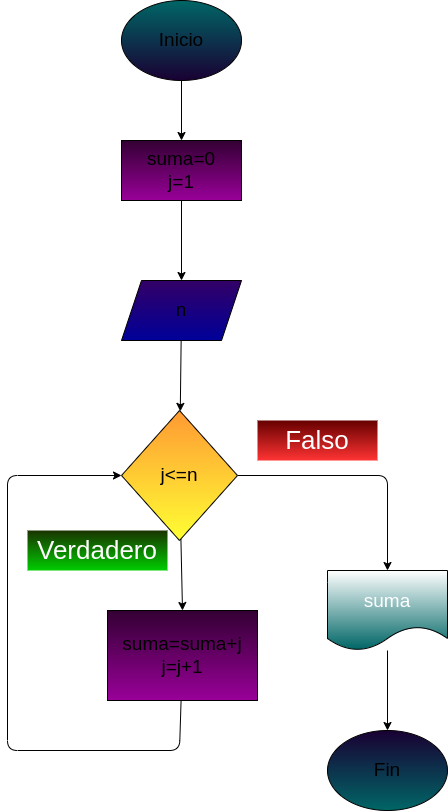
This is ejercicio5_digitos/diagrama.png from juanomanino/cliclo_while_python, a draw.io export, as it was before one commit. Source tidied: cells renumbered, new cells last; positions are measured from the earlier drawing's top-left corner, leaving out a move shared by most shapes. Source of this version:
```xml
<mxGraphModel>
  <root>
    <mxCell id="0" />
    <mxCell id="1" parent="0" />
    <mxCell id="2" style="edgeStyle=none;html=1;fontSize=19;" parent="1" edge="1" source="3" target="6">
      <mxGeometry relative="1" as="geometry" />
    </mxCell>
    <mxCell id="3" value="Inicio" style="ellipse;whiteSpace=wrap;html=1;fontSize=19;gradientColor=#190033;fillColor=#006666;" parent="1" vertex="1">
      <mxGeometry x="114" width="120" height="80" as="geometry" />
    </mxCell>
    <mxCell id="4" value="Fin" style="ellipse;whiteSpace=wrap;html=1;fontSize=19;gradientColor=#006666;fillColor=#190033;" parent="1" vertex="1">
      <mxGeometry x="320" y="730" width="120" height="80" as="geometry" />
    </mxCell>
    <mxCell id="5" style="edgeStyle=none;html=1;fontSize=19;" parent="1" edge="1" source="6" target="8">
      <mxGeometry relative="1" as="geometry" />
    </mxCell>
    <mxCell id="6" value="suma=0&lt;br&gt;j=1" style="rounded=0;whiteSpace=wrap;html=1;fontSize=19;fillColor=#330033;gradientColor=#990099;" parent="1" vertex="1">
      <mxGeometry x="114" y="140" width="120" height="60" as="geometry" />
    </mxCell>
    <mxCell id="7" style="edgeStyle=none;html=1;fontSize=19;" parent="1" edge="1" source="8" target="11">
      <mxGeometry relative="1" as="geometry" />
    </mxCell>
    <mxCell id="8" value="n" style="shape=parallelogram;perimeter=parallelogramPerimeter;whiteSpace=wrap;html=1;fixedSize=1;fontSize=19;fillColor=#330066;rounded=0;gradientColor=#000099;" parent="1" vertex="1">
      <mxGeometry x="114" y="280" width="120" height="60" as="geometry" />
    </mxCell>
    <mxCell id="9" style="edgeStyle=none;html=1;entryX=0.5;entryY=0;entryDx=0;entryDy=0;fontSize=19;fontColor=#000000;" parent="1" edge="1" source="11" target="13">
      <mxGeometry relative="1" as="geometry" />
    </mxCell>
    <mxCell id="10" style="edgeStyle=none;html=1;fontSize=19;fontColor=#000000;entryX=0.5;entryY=0;entryDx=0;entryDy=0;" parent="1" edge="1" source="11" target="16">
      <mxGeometry relative="1" as="geometry">
        <Array as="points">
          <mxPoint x="380" y="475" />
        </Array>
      </mxGeometry>
    </mxCell>
    <mxCell id="11" value="&lt;font color=&quot;#000000&quot;&gt;j&amp;lt;=n&lt;/font&gt;" style="rhombus;whiteSpace=wrap;html=1;fontSize=19;fillColor=#FF9933;rounded=0;gradientColor=#FFFF33;" parent="1" vertex="1">
      <mxGeometry x="114" y="410" width="116" height="130" as="geometry" />
    </mxCell>
    <mxCell id="12" style="edgeStyle=none;html=1;fontSize=19;fontColor=#000000;entryX=0;entryY=0.5;entryDx=0;entryDy=0;" parent="1" edge="1" source="13" target="11">
      <mxGeometry relative="1" as="geometry">
        <Array as="points">
          <mxPoint x="172" y="750" />
          <mxPoint y="750" />
          <mxPoint y="475" />
        </Array>
      </mxGeometry>
    </mxCell>
    <mxCell id="13" value="suma=suma+j&lt;br&gt;j=j+1" style="rounded=0;whiteSpace=wrap;html=1;fontSize=19;fillColor=#330033;gradientColor=#990099;" parent="1" vertex="1">
      <mxGeometry x="100" y="610" width="150" height="90" as="geometry" />
    </mxCell>
    <mxCell id="14" value="&lt;font color=&quot;#ffffff&quot; style=&quot;font-size: 26px&quot;&gt;Falso&lt;/font&gt;" style="text;html=1;strokeColor=none;fillColor=#660000;align=center;verticalAlign=middle;whiteSpace=wrap;rounded=0;fontSize=19;fontColor=#000000;gradientColor=#FF3333;" parent="1" vertex="1">
      <mxGeometry x="250" y="420" width="120" height="40" as="geometry" />
    </mxCell>
    <mxCell id="15" style="edgeStyle=none;html=1;entryX=0.5;entryY=0;entryDx=0;entryDy=0;fontSize=19;fontColor=#FFFFFF;" parent="1" edge="1" source="16" target="4">
      <mxGeometry relative="1" as="geometry" />
    </mxCell>
    <mxCell id="16" value="&lt;font style=&quot;font-size: 19px&quot;&gt;suma&lt;/font&gt;" style="shape=document;whiteSpace=wrap;html=1;boundedLbl=1;fontSize=26;fontColor=#FFFFFF;fillColor=default;gradientColor=#006666;strokeColor=default;" parent="1" vertex="1">
      <mxGeometry x="320" y="570" width="120" height="80" as="geometry" />
    </mxCell>
    <mxCell id="17" value="&lt;font color=&quot;#ffffff&quot; style=&quot;font-size: 26px&quot;&gt;Verdadero&lt;/font&gt;" style="text;html=1;strokeColor=none;fillColor=#1A3300;align=center;verticalAlign=middle;whiteSpace=wrap;rounded=0;fontSize=19;fontColor=#000000;gradientColor=#00CC00;" parent="1" vertex="1">
      <mxGeometry x="20" y="530" width="140" height="40" as="geometry" />
    </mxCell>
  </root>
</mxGraphModel>
```
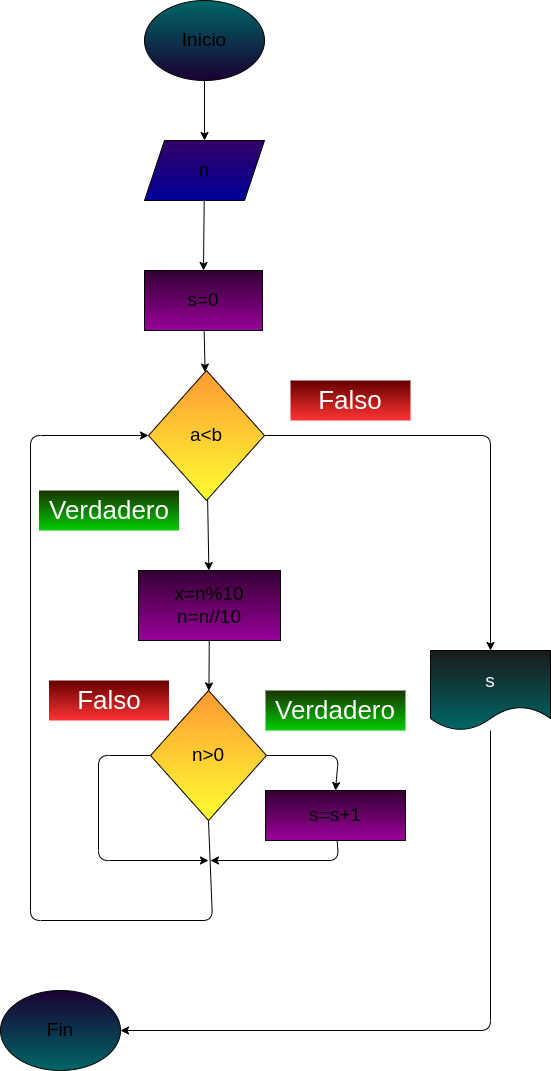
Above is the later version.

The edit, as a diff of the source:
```diff
@@ -2,63 +2,106 @@
   <root>
     <mxCell id="0" />
     <mxCell id="1" parent="0" />
-    <mxCell id="2" style="edgeStyle=none;html=1;fontSize=19;" parent="1" edge="1" source="3" target="6">
-      <mxGeometry relative="1" as="geometry" />
-    </mxCell>
+    <mxCell id="18" style="edgeStyle=none;html=1;entryX=0.5;entryY=0;entryDx=0;entryDy=0;" parent="1" edge="1" source="3" target="8">
+      <mxGeometry relative="1" as="geometry" />
+    </mxCell>
     <mxCell id="3" value="Inicio" style="ellipse;whiteSpace=wrap;html=1;fontSize=19;gradientColor=#190033;fillColor=#006666;" parent="1" vertex="1">
       <mxGeometry x="114" width="120" height="80" as="geometry" />
     </mxCell>
     <mxCell id="4" value="Fin" style="ellipse;whiteSpace=wrap;html=1;fontSize=19;gradientColor=#006666;fillColor=#190033;" parent="1" vertex="1">
-      <mxGeometry x="320" y="730" width="120" height="80" as="geometry" />
+      <mxGeometry x="-30" y="990" width="120" height="80" as="geometry" />
     </mxCell>
-    <mxCell id="5" style="edgeStyle=none;html=1;fontSize=19;" parent="1" edge="1" source="6" target="8">
-      <mxGeometry relative="1" as="geometry" />
-    </mxCell>
-    <mxCell id="6" value="suma=0&lt;br&gt;j=1" style="rounded=0;whiteSpace=wrap;html=1;fontSize=19;fillColor=#330033;gradientColor=#990099;" parent="1" vertex="1">
-      <mxGeometry x="114" y="140" width="120" height="60" as="geometry" />
-    </mxCell>
-    <mxCell id="7" style="edgeStyle=none;html=1;fontSize=19;" parent="1" edge="1" source="8" target="11">
-      <mxGeometry relative="1" as="geometry" />
-    </mxCell>
+    <mxCell id="19" style="edgeStyle=none;html=1;entryX=0.5;entryY=0;entryDx=0;entryDy=0;" parent="1" edge="1" source="8" target="22">
+      <mxGeometry relative="1" as="geometry" />
+    </mxCell>
     <mxCell id="8" value="n" style="shape=parallelogram;perimeter=parallelogramPerimeter;whiteSpace=wrap;html=1;fixedSize=1;fontSize=19;fillColor=#330066;rounded=0;gradientColor=#000099;" parent="1" vertex="1">
-      <mxGeometry x="114" y="280" width="120" height="60" as="geometry" />
+      <mxGeometry x="114" y="140" width="120" height="60" as="geometry" />
     </mxCell>
+    <mxCell id="10" style="edgeStyle=none;html=1;fontSize=19;fontColor=#000000;entryX=0.5;entryY=0;entryDx=0;entryDy=0;" parent="1" edge="1" source="11" target="16">
+      <mxGeometry relative="1" as="geometry">
+        <Array as="points">
+          <mxPoint x="460" y="435" />
+        </Array>
+      </mxGeometry>
+    </mxCell>
-    <mxCell id="9" style="edgeStyle=none;html=1;entryX=0.5;entryY=0;entryDx=0;entryDy=0;fontSize=19;fontColor=#000000;" parent="1" edge="1" source="11" target="13">
+    <mxCell id="9" style="edgeStyle=none;html=1;" parent="1" edge="1" source="11" target="13">
       <mxGeometry relative="1" as="geometry" />
     </mxCell>
-    <mxCell id="10" style="edgeStyle=none;html=1;fontSize=19;fontColor=#000000;entryX=0.5;entryY=0;entryDx=0;entryDy=0;" parent="1" edge="1" source="11" target="16">
-      <mxGeometry relative="1" as="geometry">
-        <Array as="points">
-          <mxPoint x="380" y="475" />
-        </Array>
-      </mxGeometry>
-    </mxCell>
-    <mxCell id="11" value="&lt;font color=&quot;#000000&quot;&gt;j&amp;lt;=n&lt;/font&gt;" style="rhombus;whiteSpace=wrap;html=1;fontSize=19;fillColor=#FF9933;rounded=0;gradientColor=#FFFF33;" parent="1" vertex="1">
-      <mxGeometry x="114" y="410" width="116" height="130" as="geometry" />
+    <mxCell id="11" value="&lt;font color=&quot;#000000&quot;&gt;a&amp;lt;b&lt;/font&gt;" style="rhombus;whiteSpace=wrap;html=1;fontSize=19;fillColor=#FF9933;rounded=0;gradientColor=#FFFF33;" parent="1" vertex="1">
+      <mxGeometry x="118" y="370" width="116" height="130" as="geometry" />
     </mxCell>
-    <mxCell id="12" style="edgeStyle=none;html=1;fontSize=19;fontColor=#000000;entryX=0;entryY=0.5;entryDx=0;entryDy=0;" parent="1" edge="1" source="13" target="11">
+    <mxCell id="12" style="edgeStyle=none;html=1;fontSize=19;fontColor=#000000;entryX=0;entryY=0.5;entryDx=0;entryDy=0;exitX=0.5;exitY=1;exitDx=0;exitDy=0;" parent="1" edge="1" source="25" target="11">
       <mxGeometry relative="1" as="geometry">
         <Array as="points">
-          <mxPoint x="172" y="750" />
-          <mxPoint y="750" />
-          <mxPoint y="475" />
+          <mxPoint x="182" y="920" />
+          <mxPoint y="920" />
+          <mxPoint y="435" />
         </Array>
       </mxGeometry>
     </mxCell>
+    <mxCell id="20" style="edgeStyle=none;html=1;" parent="1" edge="1" source="13" target="25">
+      <mxGeometry relative="1" as="geometry" />
+    </mxCell>
-    <mxCell id="13" value="suma=suma+j&lt;br&gt;j=j+1" style="rounded=0;whiteSpace=wrap;html=1;fontSize=19;fillColor=#330033;gradientColor=#990099;" parent="1" vertex="1">
-      <mxGeometry x="100" y="610" width="150" height="90" as="geometry" />
+    <mxCell id="13" value="x=n%10&lt;br&gt;n=n//10" style="rounded=0;whiteSpace=wrap;html=1;fontSize=19;fillColor=#330033;gradientColor=#990099;" parent="1" vertex="1">
+      <mxGeometry x="108" y="570" width="142" height="70" as="geometry" />
     </mxCell>
     <mxCell id="14" value="&lt;font color=&quot;#ffffff&quot; style=&quot;font-size: 26px&quot;&gt;Falso&lt;/font&gt;" style="text;html=1;strokeColor=none;fillColor=#660000;align=center;verticalAlign=middle;whiteSpace=wrap;rounded=0;fontSize=19;fontColor=#000000;gradientColor=#FF3333;" parent="1" vertex="1">
-      <mxGeometry x="250" y="420" width="120" height="40" as="geometry" />
+      <mxGeometry x="260" y="380" width="120" height="40" as="geometry" />
     </mxCell>
-    <mxCell id="15" style="edgeStyle=none;html=1;entryX=0.5;entryY=0;entryDx=0;entryDy=0;fontSize=19;fontColor=#FFFFFF;" parent="1" edge="1" source="16" target="4">
-      <mxGeometry relative="1" as="geometry" />
+    <mxCell id="15" style="edgeStyle=none;html=1;entryX=1;entryY=0.5;entryDx=0;entryDy=0;fontSize=19;fontColor=#FFFFFF;" parent="1" edge="1" source="16" target="4">
+      <mxGeometry relative="1" as="geometry">
+        <Array as="points">
+          <mxPoint x="460" y="1030" />
+        </Array>
+      </mxGeometry>
     </mxCell>
-    <mxCell id="16" value="&lt;font style=&quot;font-size: 19px&quot;&gt;suma&lt;/font&gt;" style="shape=document;whiteSpace=wrap;html=1;boundedLbl=1;fontSize=26;fontColor=#FFFFFF;fillColor=default;gradientColor=#006666;strokeColor=default;" parent="1" vertex="1">
-      <mxGeometry x="320" y="570" width="120" height="80" as="geometry" />
+    <mxCell id="16" value="&lt;font style=&quot;font-size: 19px&quot;&gt;s&lt;/font&gt;" style="shape=document;whiteSpace=wrap;html=1;boundedLbl=1;fontSize=26;fontColor=#FFFFFF;fillColor=#1A1A1A;gradientColor=#006666;strokeColor=default;" parent="1" vertex="1">
+      <mxGeometry x="400" y="650" width="120" height="80" as="geometry" />
     </mxCell>
     <mxCell id="17" value="&lt;font color=&quot;#ffffff&quot; style=&quot;font-size: 26px&quot;&gt;Verdadero&lt;/font&gt;" style="text;html=1;strokeColor=none;fillColor=#1A3300;align=center;verticalAlign=middle;whiteSpace=wrap;rounded=0;fontSize=19;fontColor=#000000;gradientColor=#00CC00;" parent="1" vertex="1">
-      <mxGeometry x="20" y="530" width="140" height="40" as="geometry" />
+      <mxGeometry x="8.5" y="490" width="140" height="40" as="geometry" />
     </mxCell>
+    <mxCell id="21" style="edgeStyle=none;html=1;" parent="1" edge="1" source="22" target="11">
+      <mxGeometry relative="1" as="geometry" />
+    </mxCell>
+    <mxCell id="22" value="s=0" style="rounded=0;whiteSpace=wrap;html=1;fontSize=19;fillColor=#330033;gradientColor=#990099;" parent="1" vertex="1">
+      <mxGeometry x="114" y="270" width="118" height="60" as="geometry" />
+    </mxCell>
+    <mxCell id="23" style="edgeStyle=none;html=1;" parent="1" edge="1" source="25">
+      <mxGeometry relative="1" as="geometry">
+        <mxPoint x="178" y="860" as="targetPoint" />
+        <Array as="points">
+          <mxPoint x="68" y="755" />
+          <mxPoint x="68" y="860" />
+        </Array>
+      </mxGeometry>
+    </mxCell>
+    <mxCell id="24" style="edgeStyle=none;html=1;entryX=0.5;entryY=0;entryDx=0;entryDy=0;" parent="1" edge="1" source="25" target="27">
+      <mxGeometry relative="1" as="geometry">
+        <Array as="points">
+          <mxPoint x="308" y="755" />
+        </Array>
+      </mxGeometry>
+    </mxCell>
+    <mxCell id="25" value="&lt;font color=&quot;#000000&quot;&gt;n&amp;gt;0&lt;/font&gt;" style="rhombus;whiteSpace=wrap;html=1;fontSize=19;fillColor=#FF9933;rounded=0;gradientColor=#FFFF33;" parent="1" vertex="1">
+      <mxGeometry x="120" y="690" width="116" height="130" as="geometry" />
+    </mxCell>
+    <mxCell id="26" style="edgeStyle=none;html=1;" parent="1" edge="1" source="27">
+      <mxGeometry relative="1" as="geometry">
+        <mxPoint x="180" y="860" as="targetPoint" />
+        <Array as="points">
+          <mxPoint x="308" y="860" />
+        </Array>
+      </mxGeometry>
+    </mxCell>
+    <mxCell id="27" value="s=s+1" style="rounded=0;whiteSpace=wrap;html=1;fontSize=19;fillColor=#330033;gradientColor=#990099;" parent="1" vertex="1">
+      <mxGeometry x="235" y="790" width="140" height="50" as="geometry" />
+    </mxCell>
+    <mxCell id="28" value="&lt;font color=&quot;#ffffff&quot; style=&quot;font-size: 26px&quot;&gt;Verdadero&lt;/font&gt;" style="text;html=1;strokeColor=none;fillColor=#1A3300;align=center;verticalAlign=middle;whiteSpace=wrap;rounded=0;fontSize=19;fontColor=#000000;gradientColor=#00CC00;" parent="1" vertex="1">
+      <mxGeometry x="235" y="690" width="140" height="40" as="geometry" />
+    </mxCell>
+    <mxCell id="29" value="&lt;font color=&quot;#ffffff&quot; style=&quot;font-size: 26px&quot;&gt;Falso&lt;/font&gt;" style="text;html=1;strokeColor=none;fillColor=#660000;align=center;verticalAlign=middle;whiteSpace=wrap;rounded=0;fontSize=19;fontColor=#000000;gradientColor=#FF3333;" parent="1" vertex="1">
+      <mxGeometry x="18.5" y="680" width="120" height="40" as="geometry" />
+    </mxCell>
   </root>
 </mxGraphModel>
```
